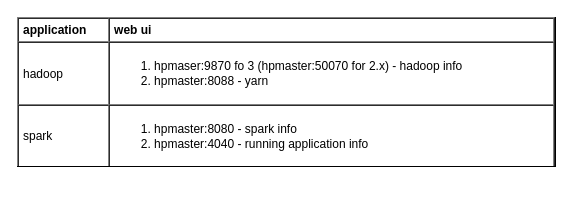
The draw.io diagram page "web ui" (6 of 8) of db/distdb.drawio in yangdj/tf_docs, before the edit. Source tidied: cells renumbered, new cells numbered last; positions are measured from the earlier drawing's top-left corner, leaving out a move shared by most shapes. Both pictures are drawn from the tidied source at 100%, with x=0, y=0 at pixel (17, 17).
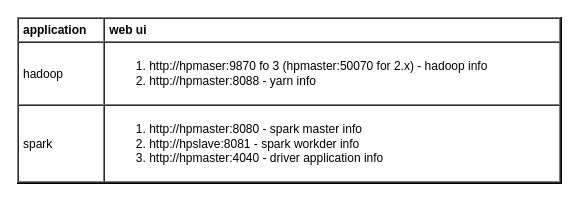
The same diagram, later.

The edit, as a diff of the source:
```diff
@@
 <mxGraphModel>
   <root>
     <mxCell id="0" />
     <mxCell id="1" parent="0" />
-    <mxCell id="2" value="&lt;table cellpadding=&quot;4&quot; cellspacing=&quot;0&quot; border=&quot;1&quot; style=&quot;font-size: 1em ; width: 100% ; height: 100%&quot;&gt;&lt;tbody&gt;&lt;tr&gt;&lt;th&gt;application&lt;/th&gt;&lt;th&gt;web ui&lt;/th&gt;&lt;/tr&gt;&lt;tr&gt;&lt;td&gt;hadoop&lt;/td&gt;&lt;td&gt;&lt;ol&gt;&lt;li&gt;hpmaser:9870 fo 3 (hpmaster:50070 for 2.x) - hadoop info&lt;/li&gt;&lt;li&gt;hpmaster:8088 - yarn&lt;/li&gt;&lt;/ol&gt;&lt;/td&gt;&lt;/tr&gt;&lt;tr&gt;&lt;td&gt;spark&lt;/td&gt;&lt;td&gt;&lt;ol&gt;&lt;li&gt;hpmaster:8080 - spark info&lt;/li&gt;&lt;li&gt;hpmaster:4040 - running application info&lt;/li&gt;&lt;/ol&gt;&lt;/td&gt;&lt;/tr&gt;&lt;/tbody&gt;&lt;/table&gt; " style="verticalAlign=top;align=left;overflow=fill;fontSize=12;fontFamily=Helvetica;html=1;fillColor=none;" parent="1" vertex="1">
-      <mxGeometry width="538" height="149" as="geometry" />
+    <mxCell id="2" value="&lt;table cellpadding=&quot;4&quot; cellspacing=&quot;0&quot; border=&quot;1&quot; style=&quot;font-size: 1em ; width: 100% ; height: 100%&quot;&gt;&lt;tbody&gt;&lt;tr&gt;&lt;th&gt;application&lt;/th&gt;&lt;th&gt;web ui&lt;/th&gt;&lt;/tr&gt;&lt;tr&gt;&lt;td&gt;hadoop&lt;/td&gt;&lt;td&gt;&lt;ol&gt;&lt;li&gt;http://hpmaser:9870 fo 3 (hpmaster:50070 for 2.x) - hadoop info&lt;/li&gt;&lt;li&gt;http://hpmaster:8088 - yarn info&lt;/li&gt;&lt;/ol&gt;&lt;/td&gt;&lt;/tr&gt;&lt;tr&gt;&lt;td&gt;spark&lt;/td&gt;&lt;td&gt;&lt;ol&gt;&lt;li&gt;http://hpmaster:8080 - spark master info&lt;/li&gt;&lt;li&gt;http://hpslave:8081 - spark workder info&lt;/li&gt;&lt;li&gt;http://hpmaster:4040 - driver application info&lt;/li&gt;&lt;/ol&gt;&lt;/td&gt;&lt;/tr&gt;&lt;/tbody&gt;&lt;/table&gt; " style="verticalAlign=top;align=left;overflow=fill;fontSize=12;fontFamily=Helvetica;html=1;fillColor=none;" parent="1" vertex="1">
+      <mxGeometry width="544" height="166" as="geometry" />
     </mxCell>
   </root>
 </mxGraphModel>
```
